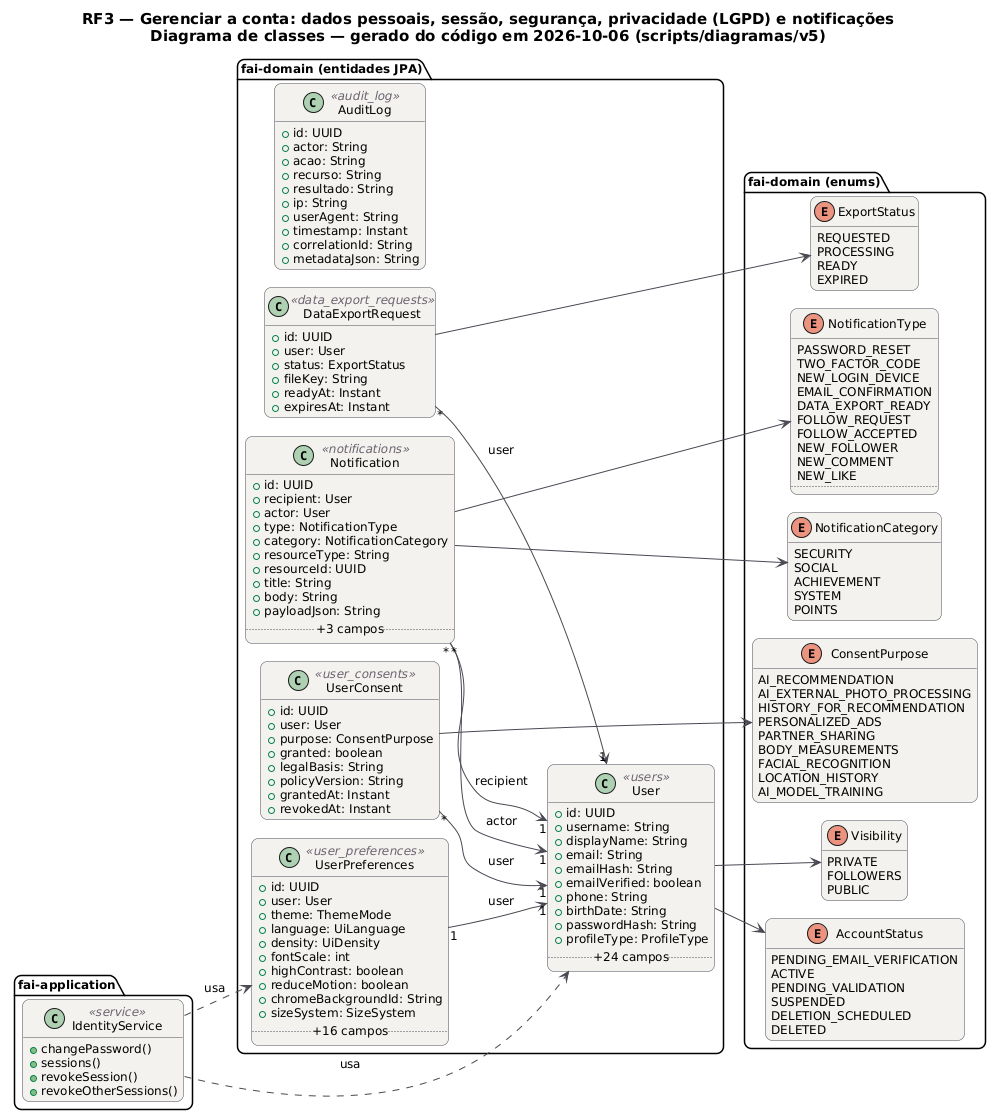
Above: docs/diagramas/RF3/RF3_Classes.png in MatheusHaliski/tcc-2026-fashion-ai-backend (PlantUML), before the change.
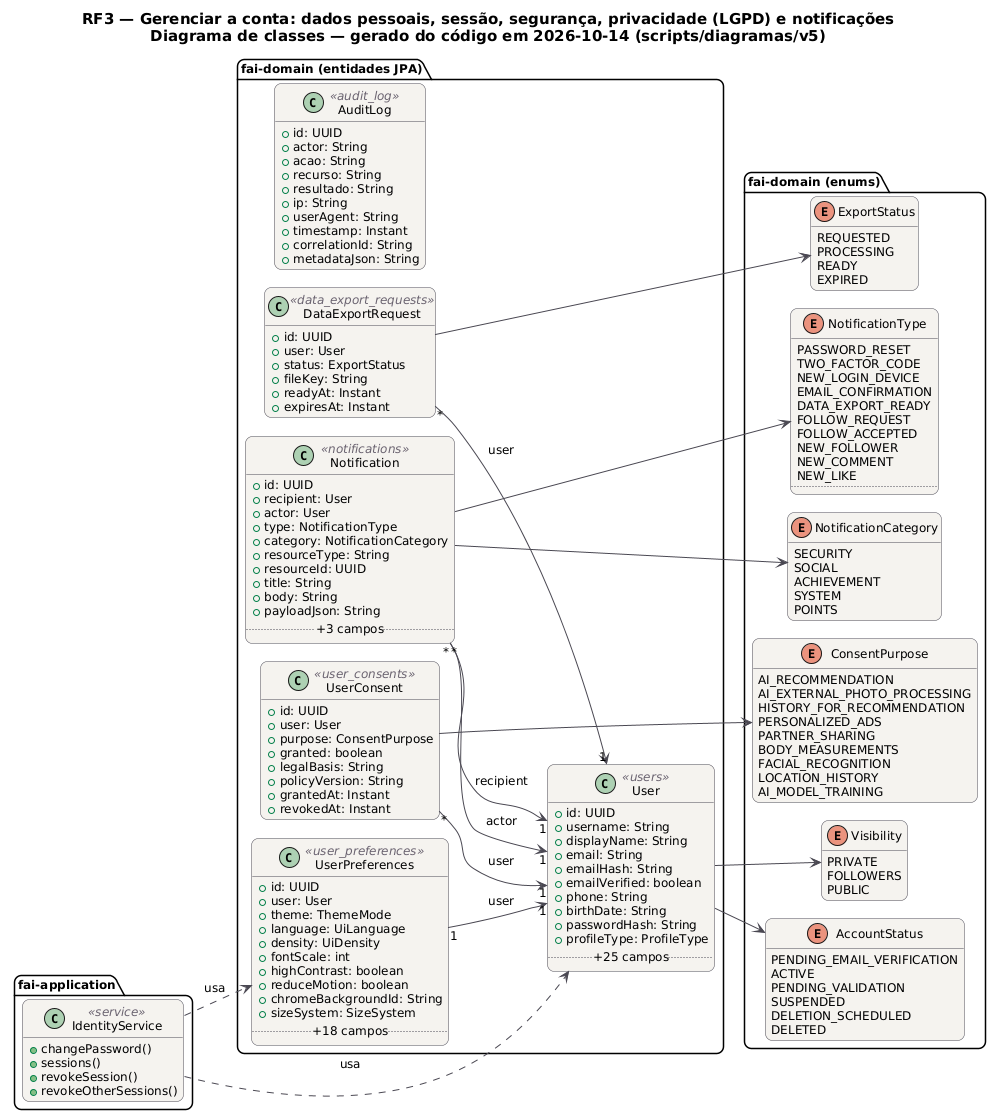
Later version of the same file.

What changed in the source:
```diff
@@ -20,7 +20,7 @@
 }
 hide empty members
 left to right direction
-title RF3 — Gerenciar a conta: dados pessoais, sessão, segurança, privacidade (LGPD) e notificações\nDiagrama de classes — gerado do código em 2026-10-06 (scripts/diagramas/v5)
+title RF3 — Gerenciar a conta: dados pessoais, sessão, segurança, privacidade (LGPD) e notificações\nDiagrama de classes — gerado do código em 2026-10-14 (scripts/diagramas/v5)
 
 package "fai-domain (entidades JPA)" {
   class AuditLog <<audit_log>> {
@@ -67,7 +67,7 @@
     +birthDate: String
     +passwordHash: String
     +profileType: ProfileType
-    .. +24 campos ..
+    .. +25 campos ..
   }
   class UserConsent <<user_consents>> {
     +id: UUID
@@ -90,7 +90,7 @@
     +reduceMotion: boolean
     +chromeBackgroundId: String
     +sizeSystem: SizeSystem
-    .. +16 campos ..
+    .. +18 campos ..
   }
 }
 package "fai-domain (enums)" {
```
